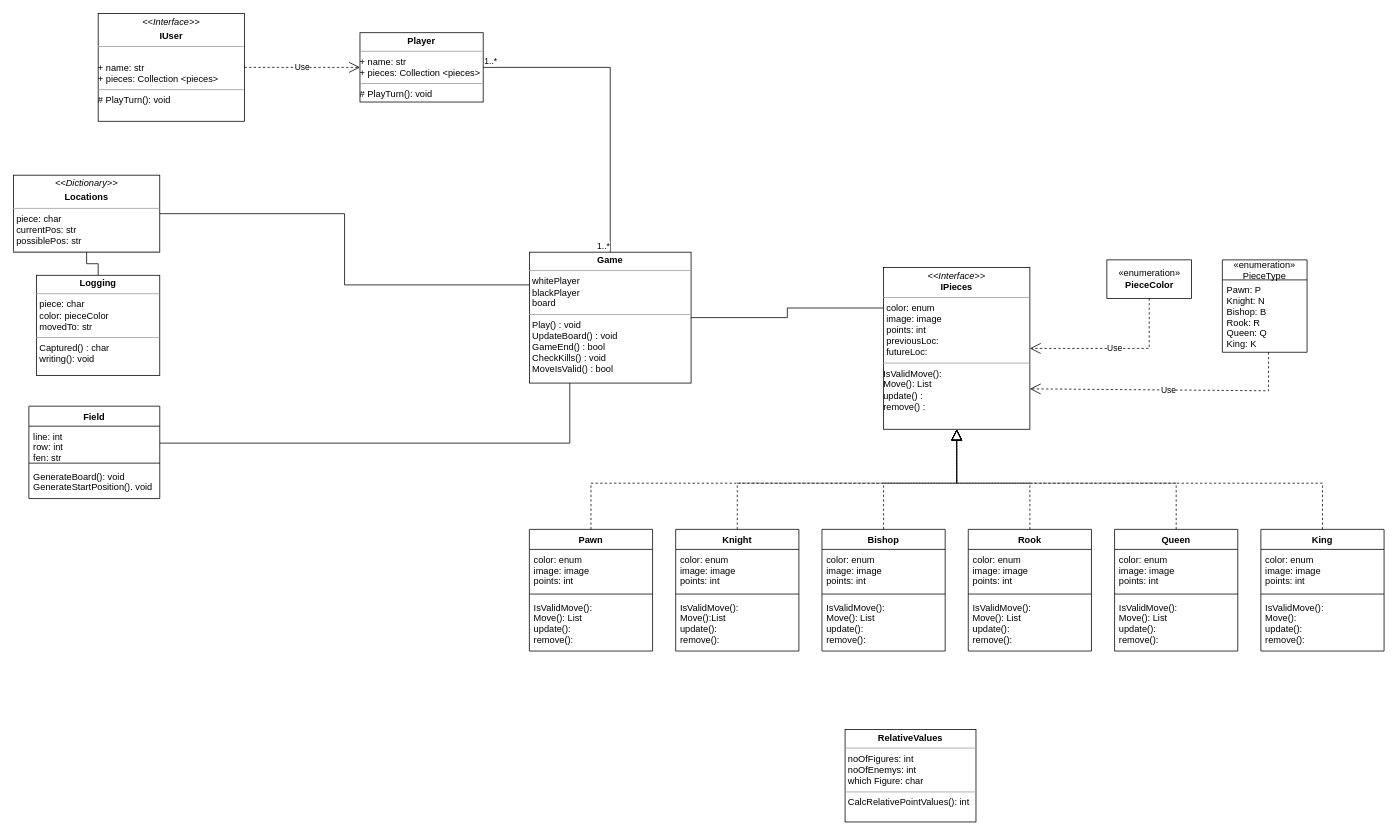
Earlier version of the draw.io diagram Unbenanntes Diagramm.drawio (Bl8nk20/Chess). Source tidied: cells renumbered, new cells numbered last; positions are measured from the earlier drawing's top-left corner, leaving out a move shared by most shapes. Both pictures are drawn from the tidied source at 77%, with x=0, y=0 at pixel (13, 13).
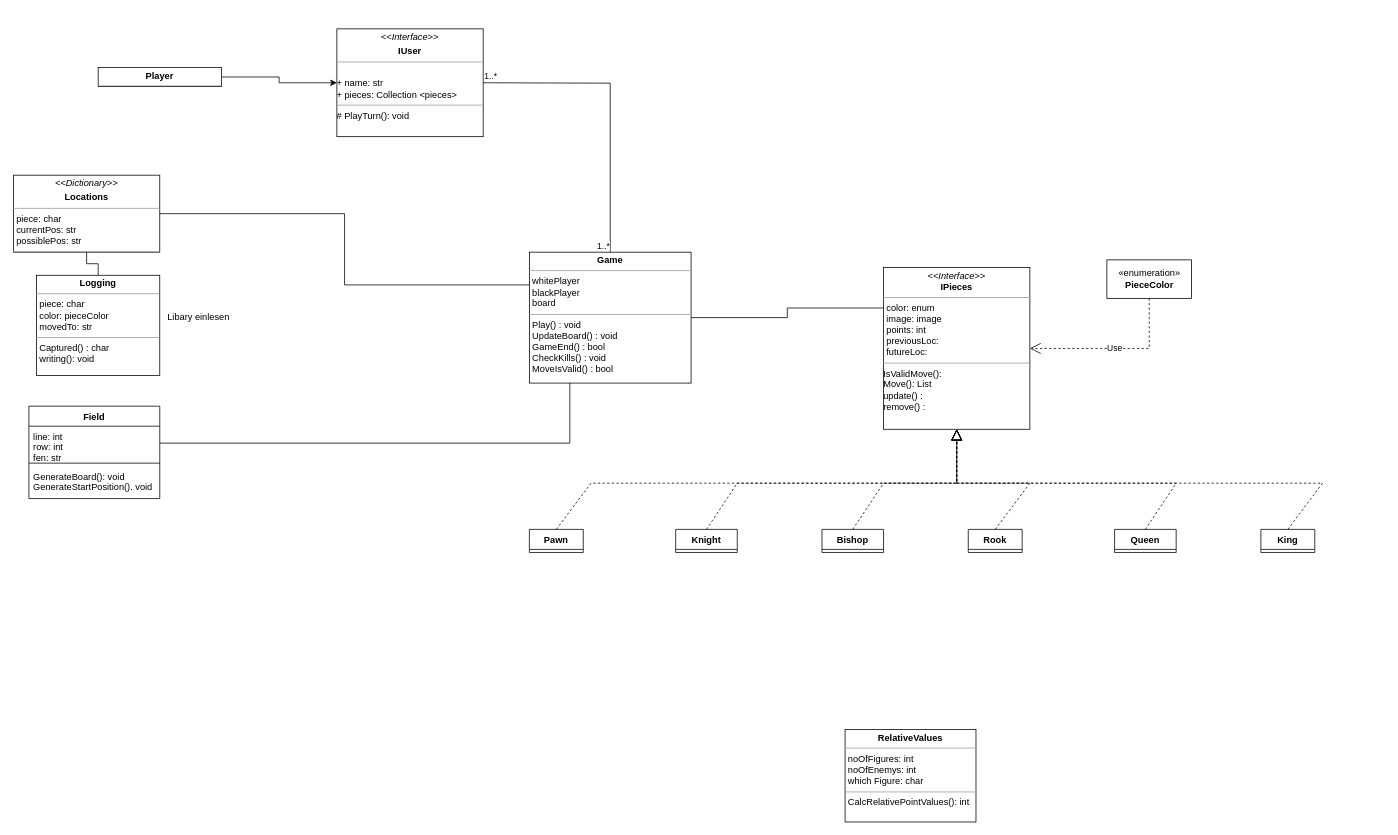
After the change.

The change refers to these unchanged cells:
```xml
<mxCell id="2" value="&lt;p style=&quot;margin:0px;margin-top:4px;text-align:center;&quot;&gt;&lt;b&gt;Game&lt;/b&gt;&lt;br&gt;&lt;/p&gt;&lt;hr size=&quot;1&quot;&gt;&lt;p style=&quot;margin:0px;margin-left:4px;&quot;&gt;whitePlayer&lt;/p&gt;&lt;p style=&quot;margin:0px;margin-left:4px;&quot;&gt;blackPlayer&lt;/p&gt;&lt;p style=&quot;margin:0px;margin-left:4px;&quot;&gt;board&lt;/p&gt;&lt;hr size=&quot;1&quot;&gt;&lt;p style=&quot;margin:0px;margin-left:4px;&quot;&gt;Play() : void&lt;/p&gt;&lt;p style=&quot;margin:0px;margin-left:4px;&quot;&gt;UpdateBoard() : void&lt;/p&gt;&lt;p style=&quot;margin:0px;margin-left:4px;&quot;&gt;GameEnd() : bool&lt;/p&gt;&lt;p style=&quot;margin:0px;margin-left:4px;&quot;&gt;CheckKills() : void&lt;/p&gt;&lt;p style=&quot;margin:0px;margin-left:4px;&quot;&gt;MoveIsValid() : bool&lt;br&gt;&lt;/p&gt;" style="verticalAlign=top;align=left;overflow=fill;fontSize=12;fontFamily=Helvetica;html=1;" parent="1" vertex="1">
  <mxGeometry x="670" y="310" width="210" height="170" as="geometry" />
</mxCell>
<mxCell id="5" value="&lt;p style=&quot;margin:0px;margin-top:4px;text-align:center;&quot;&gt;&lt;i&gt;&amp;lt;&amp;lt;Interface&amp;gt;&amp;gt;&lt;/i&gt;&lt;br&gt;&lt;b&gt;IPieces&lt;/b&gt;&lt;br&gt;&lt;/p&gt;&lt;hr size=&quot;1&quot;&gt;&lt;p style=&quot;margin:0px;margin-left:4px;&quot;&gt;color: enum&lt;/p&gt;&lt;p style=&quot;margin:0px;margin-left:4px;&quot;&gt;image: image&lt;/p&gt;&lt;p style=&quot;margin:0px;margin-left:4px;&quot;&gt;points: int&lt;/p&gt;&lt;p style=&quot;margin:0px;margin-left:4px;&quot;&gt;previousLoc:&lt;/p&gt;&lt;p style=&quot;margin:0px;margin-left:4px;&quot;&gt;futureLoc:&lt;br&gt;&lt;/p&gt;&lt;hr size=&quot;1&quot;&gt;&lt;div&gt;IsValidMove():&lt;/div&gt;&lt;div&gt;Move(): List&lt;br&gt;&lt;/div&gt;&lt;div&gt;update() : &lt;br&gt;&lt;/div&gt;&lt;div&gt;remove() :&lt;br&gt;&lt;/div&gt;" style="verticalAlign=top;align=left;overflow=fill;fontSize=12;fontFamily=Helvetica;html=1;" parent="1" vertex="1">
  <mxGeometry x="1130" y="330" width="190" height="210" as="geometry" />
</mxCell>
```

Change to the diagram source:
```diff
@@
-    <mxCell id="6" value="Knight" style="swimlane;fontStyle=1;align=center;verticalAlign=top;horizontal=1;startSize=26;" parent="1" vertex="1">
-      <mxGeometry x="860" y="670" width="160" height="158" as="geometry" />
+    <mxCell id="6" value="Knight" style="swimlane;fontStyle=1;align=center;verticalAlign=top;horizontal=1;startSize=26;" parent="1" vertex="1" collapsed="1">
+      <mxGeometry x="860" y="670" width="80" height="30" as="geometry" />
     </mxCell>
-    <mxCell id="7" value="color: enum&#10;image: image&#10;points: int&#10;" style="text;strokeColor=none;fillColor=none;align=left;verticalAlign=top;spacingLeft=4;spacingRight=4;overflow=hidden;" parent="6" vertex="1">
-      <mxGeometry y="26" width="160" height="54" as="geometry" />
-    </mxCell>
-    <mxCell id="8" style="line;strokeWidth=1;fillColor=none;align=left;verticalAlign=middle;spacingTop=-1;spacingLeft=3;spacingRight=3;labelPosition=right;strokeColor=inherit;" parent="6" vertex="1">
-      <mxGeometry y="80" width="160" height="8" as="geometry" />
-    </mxCell>
-    <mxCell id="9" value="IsValidMove():&#10;Move():List&#10;update():&#10;remove():&#10;" style="text;strokeColor=none;fillColor=none;align=left;verticalAlign=top;spacingLeft=4;spacingRight=4;overflow=hidden;" parent="6" vertex="1">
-      <mxGeometry y="88" width="160" height="70" as="geometry" />
-    </mxCell>
-    <mxCell id="10" value="King" style="swimlane;fontStyle=1;align=center;verticalAlign=top;horizontal=1;startSize=26;" parent="1" vertex="1">
-      <mxGeometry x="1620" y="670" width="160" height="158" as="geometry" />
+    <mxCell id="10" value="King" style="swimlane;fontStyle=1;align=center;verticalAlign=top;horizontal=1;startSize=26;" parent="1" vertex="1" collapsed="1">
+      <mxGeometry x="1620" y="670" width="70" height="30" as="geometry" />
     </mxCell>
-    <mxCell id="11" value="color: enum&#10;image: image&#10;points: int&#10;" style="text;strokeColor=none;fillColor=none;align=left;verticalAlign=top;spacingLeft=4;spacingRight=4;overflow=hidden;" parent="10" vertex="1">
-      <mxGeometry y="26" width="160" height="54" as="geometry" />
-    </mxCell>
-    <mxCell id="12" style="line;strokeWidth=1;fillColor=none;align=left;verticalAlign=middle;spacingTop=-1;spacingLeft=3;spacingRight=3;labelPosition=right;strokeColor=inherit;" parent="10" vertex="1">
-      <mxGeometry y="80" width="160" height="8" as="geometry" />
-    </mxCell>
-    <mxCell id="13" value="IsValidMove():&#10;Move():&#10;update():&#10;remove():" style="text;strokeColor=none;fillColor=none;align=left;verticalAlign=top;spacingLeft=4;spacingRight=4;overflow=hidden;" parent="10" vertex="1">
-      <mxGeometry y="88" width="160" height="70" as="geometry" />
-    </mxCell>
-    <mxCell id="14" value="Queen" style="swimlane;fontStyle=1;align=center;verticalAlign=top;horizontal=1;startSize=26;" parent="1" vertex="1">
-      <mxGeometry x="1430" y="670" width="160" height="158" as="geometry" />
+    <mxCell id="14" value="Queen" style="swimlane;fontStyle=1;align=center;verticalAlign=top;horizontal=1;startSize=26;" parent="1" vertex="1" collapsed="1">
+      <mxGeometry x="1430" y="670" width="80" height="30" as="geometry" />
     </mxCell>
-    <mxCell id="15" value="color: enum&#10;image: image&#10;points: int&#10;" style="text;strokeColor=none;fillColor=none;align=left;verticalAlign=top;spacingLeft=4;spacingRight=4;overflow=hidden;" parent="14" vertex="1">
-      <mxGeometry y="26" width="160" height="54" as="geometry" />
-    </mxCell>
-    <mxCell id="16" style="line;strokeWidth=1;fillColor=none;align=left;verticalAlign=middle;spacingTop=-1;spacingLeft=3;spacingRight=3;labelPosition=right;strokeColor=inherit;" parent="14" vertex="1">
-      <mxGeometry y="80" width="160" height="8" as="geometry" />
-    </mxCell>
-    <mxCell id="17" value="IsValidMove():&#10;Move(): List&#10;update():&#10;remove():&#10;" style="text;strokeColor=none;fillColor=none;align=left;verticalAlign=top;spacingLeft=4;spacingRight=4;overflow=hidden;" parent="14" vertex="1">
-      <mxGeometry y="88" width="160" height="70" as="geometry" />
-    </mxCell>
-    <mxCell id="18" value="Rook" style="swimlane;fontStyle=1;align=center;verticalAlign=top;horizontal=1;startSize=26;" parent="1" vertex="1">
-      <mxGeometry x="1240" y="670" width="160" height="158" as="geometry" />
+    <mxCell id="18" value="Rook" style="swimlane;fontStyle=1;align=center;verticalAlign=top;horizontal=1;startSize=26;" parent="1" vertex="1" collapsed="1">
+      <mxGeometry x="1240" y="670" width="70" height="30" as="geometry" />
     </mxCell>
-    <mxCell id="19" value="color: enum&#10;image: image&#10;points: int&#10;" style="text;strokeColor=none;fillColor=none;align=left;verticalAlign=top;spacingLeft=4;spacingRight=4;overflow=hidden;" parent="18" vertex="1">
-      <mxGeometry y="26" width="160" height="54" as="geometry" />
-    </mxCell>
-    <mxCell id="20" style="line;strokeWidth=1;fillColor=none;align=left;verticalAlign=middle;spacingTop=-1;spacingLeft=3;spacingRight=3;labelPosition=right;strokeColor=inherit;" parent="18" vertex="1">
-      <mxGeometry y="80" width="160" height="8" as="geometry" />
-    </mxCell>
-    <mxCell id="21" value="IsValidMove(): &#10;Move(): List&#10;update():&#10;remove():&#10;" style="text;strokeColor=none;fillColor=none;align=left;verticalAlign=top;spacingLeft=4;spacingRight=4;overflow=hidden;" parent="18" vertex="1">
-      <mxGeometry y="88" width="160" height="70" as="geometry" />
-    </mxCell>
-    <mxCell id="22" value="Bishop" style="swimlane;fontStyle=1;align=center;verticalAlign=top;horizontal=1;startSize=26;" parent="1" vertex="1">
-      <mxGeometry x="1050" y="670" width="160" height="158" as="geometry" />
+    <mxCell id="22" value="Bishop" style="swimlane;fontStyle=1;align=center;verticalAlign=top;horizontal=1;startSize=26;" parent="1" vertex="1" collapsed="1">
+      <mxGeometry x="1050" y="670" width="80" height="30" as="geometry" />
     </mxCell>
-    <mxCell id="23" value="color: enum&#10;image: image&#10;points: int&#10;" style="text;strokeColor=none;fillColor=none;align=left;verticalAlign=top;spacingLeft=4;spacingRight=4;overflow=hidden;" parent="22" vertex="1">
-      <mxGeometry y="26" width="160" height="54" as="geometry" />
-    </mxCell>
-    <mxCell id="24" style="line;strokeWidth=1;fillColor=none;align=left;verticalAlign=middle;spacingTop=-1;spacingLeft=3;spacingRight=3;labelPosition=right;strokeColor=inherit;" parent="22" vertex="1">
-      <mxGeometry y="80" width="160" height="8" as="geometry" />
-    </mxCell>
-    <mxCell id="25" value="IsValidMove():&#10;Move(): List&#10;update():&#10;remove():&#10;" style="text;strokeColor=none;fillColor=none;align=left;verticalAlign=top;spacingLeft=4;spacingRight=4;overflow=hidden;" parent="22" vertex="1">
-      <mxGeometry y="88" width="160" height="70" as="geometry" />
-    </mxCell>
-    <mxCell id="26" value="Pawn" style="swimlane;fontStyle=1;align=center;verticalAlign=top;horizontal=1;startSize=26;" parent="1" vertex="1">
-      <mxGeometry x="670" y="670" width="160" height="158" as="geometry" />
+    <mxCell id="26" value="Pawn" style="swimlane;fontStyle=1;align=center;verticalAlign=top;horizontal=1;startSize=26;" parent="1" vertex="1" collapsed="1">
+      <mxGeometry x="670" y="670" width="70" height="30" as="geometry" />
     </mxCell>
-    <mxCell id="27" value="color: enum&#10;image: image&#10;points: int&#10;" style="text;strokeColor=none;fillColor=none;align=left;verticalAlign=top;spacingLeft=4;spacingRight=4;overflow=hidden;" parent="26" vertex="1">
-      <mxGeometry y="26" width="160" height="54" as="geometry" />
-    </mxCell>
-    <mxCell id="28" style="line;strokeWidth=1;fillColor=none;align=left;verticalAlign=middle;spacingTop=-1;spacingLeft=3;spacingRight=3;labelPosition=right;strokeColor=inherit;" parent="26" vertex="1">
-      <mxGeometry y="80" width="160" height="8" as="geometry" />
-    </mxCell>
-    <mxCell id="29" value="IsValidMove():&#10;Move(): List&#10;update():&#10;remove():&#10;" style="text;strokeColor=none;fillColor=none;align=left;verticalAlign=top;spacingLeft=4;spacingRight=4;overflow=hidden;" parent="26" vertex="1">
-      <mxGeometry y="88" width="160" height="70" as="geometry" />
-    </mxCell>
-    <mxCell id="30" value="«enumeration»&#10;PieceType" style="swimlane;fontStyle=0;horizontal=1;startSize=26;fillColor=none;" parent="1" vertex="1">
-      <mxGeometry x="1570" y="320" width="110" height="120" as="geometry" />
-    </mxCell>
-    <mxCell id="31" value="Pawn: P&#10;Knight: N&#10;Bishop: B&#10;Rook: R&#10;Queen: Q&#10;King: K&#10;" style="text;strokeColor=none;fillColor=none;align=left;verticalAlign=top;spacingLeft=4;spacingRight=4;overflow=hidden;points=[[0,0.5],[1,0.5]];portConstraint=eastwest;" parent="30" vertex="1">
-      <mxGeometry y="26" width="110" height="94" as="geometry" />
-    </mxCell>
@@
+    <mxCell id="57" style="edgeStyle=orthogonalEdgeStyle;rounded=0;jettySize=auto;html=1;exitX=1;exitY=0.5;exitDx=0;exitDy=0;entryX=0;entryY=0.5;entryDx=0;entryDy=0;" parent="1" edge="1" source="33" target="40">
+      <mxGeometry relative="1" as="geometry" />
+    </mxCell>
-    <mxCell id="33" value="&lt;p style=&quot;margin:0px;margin-top:4px;text-align:center;&quot;&gt;&lt;b&gt;Player&lt;/b&gt;&lt;/p&gt;&lt;hr size=&quot;1&quot;&gt;&lt;div&gt;+ name: str&lt;/div&gt;&lt;div&gt;+ pieces: Collection &amp;lt;pieces&amp;gt;&lt;br&gt;&lt;/div&gt;&lt;hr size=&quot;1&quot;&gt;# PlayTurn(): void" style="verticalAlign=top;align=left;overflow=fill;fontSize=12;fontFamily=Helvetica;html=1;" parent="1" vertex="1">
-      <mxGeometry x="450" y="25" width="160" height="90" as="geometry" />
+    <mxCell id="33" value="&lt;p style=&quot;margin:0px;margin-top:4px;text-align:center;&quot;&gt;&lt;b&gt;Player&lt;/b&gt;&lt;/p&gt;&lt;hr size=&quot;1&quot;&gt;&lt;div&gt;&lt;br&gt;&lt;/div&gt;&lt;div&gt;&lt;br&gt;&lt;/div&gt;&lt;hr size=&quot;1&quot;&gt;" style="verticalAlign=top;align=left;overflow=fill;fontSize=12;fontFamily=Helvetica;html=1;" parent="1" vertex="1">
+      <mxGeometry x="110" y="70" width="160" height="25" as="geometry" />
     </mxCell>
@@
     <mxCell id="40" value="&lt;p style=&quot;margin:0px;margin-top:4px;text-align:center;&quot;&gt;&lt;i&gt;&amp;lt;&amp;lt;Interface&amp;gt;&amp;gt;&lt;/i&gt;&lt;b&gt;&lt;br&gt;&lt;/b&gt;&lt;/p&gt;&lt;p style=&quot;margin:0px;margin-top:4px;text-align:center;&quot;&gt;&lt;b&gt;IUser&lt;/b&gt;&lt;/p&gt;&lt;hr size=&quot;1&quot;&gt;&lt;br&gt;&lt;b&gt;&lt;/b&gt;&lt;div&gt;+ name: str&lt;/div&gt;+ pieces: Collection &amp;lt;pieces&amp;gt;&lt;hr size=&quot;1&quot;&gt;# PlayTurn(): void" style="verticalAlign=top;align=left;overflow=fill;fontSize=12;fontFamily=Helvetica;html=1;" parent="1" vertex="1">
-      <mxGeometry x="110" width="190" height="140" as="geometry" />
+      <mxGeometry x="420" y="20" width="190" height="140" as="geometry" />
     </mxCell>
@@
-    <mxCell id="48" value="Use" style="endArrow=open;endSize=12;dashed=1;html=1;rounded=0;exitX=0.545;exitY=1;exitDx=0;exitDy=0;exitPerimeter=0;entryX=1;entryY=0.75;entryDx=0;entryDy=0;" parent="1" edge="1" source="31" target="5">
-      <mxGeometry relative="1" as="geometry">
-        <Array as="points">
-          <mxPoint x="1630" y="490" />
-        </Array>
-      </mxGeometry>
-    </mxCell>
-    <mxCell id="49" value="Use" style="endArrow=open;endSize=12;dashed=1;html=1;rounded=0;exitX=1;exitY=0.5;exitDx=0;exitDy=0;entryX=0;entryY=0.5;entryDx=0;entryDy=0;" parent="1" edge="1" source="40" target="33">
-      <mxGeometry relative="1" as="geometry" />
-    </mxCell>
-    <mxCell id="50" style="endArrow=none;html=1;edgeStyle=orthogonalEdgeStyle;rounded=0;exitX=1;exitY=0.5;exitDx=0;exitDy=0;entryX=0.5;entryY=0;entryDx=0;entryDy=0;" parent="1" edge="1" source="33" target="2">
-      <mxGeometry relative="1" as="geometry" />
+    <mxCell id="50" style="endArrow=none;html=1;edgeStyle=orthogonalEdgeStyle;rounded=0;entryX=0.5;entryY=0;entryDx=0;entryDy=0;" parent="1" edge="1" target="2">
+      <mxGeometry relative="1" as="geometry">
+        <mxPoint x="610" y="90" as="sourcePoint" />
+      </mxGeometry>
     </mxCell>
@@
+    <mxCell id="58" value="Libary einlesen" style="text;html=1;align=center;verticalAlign=middle;strokeColor=none;fillColor=none;" parent="1" vertex="1">
+      <mxGeometry x="190" y="380" width="100" height="30" as="geometry" />
+    </mxCell>
```
